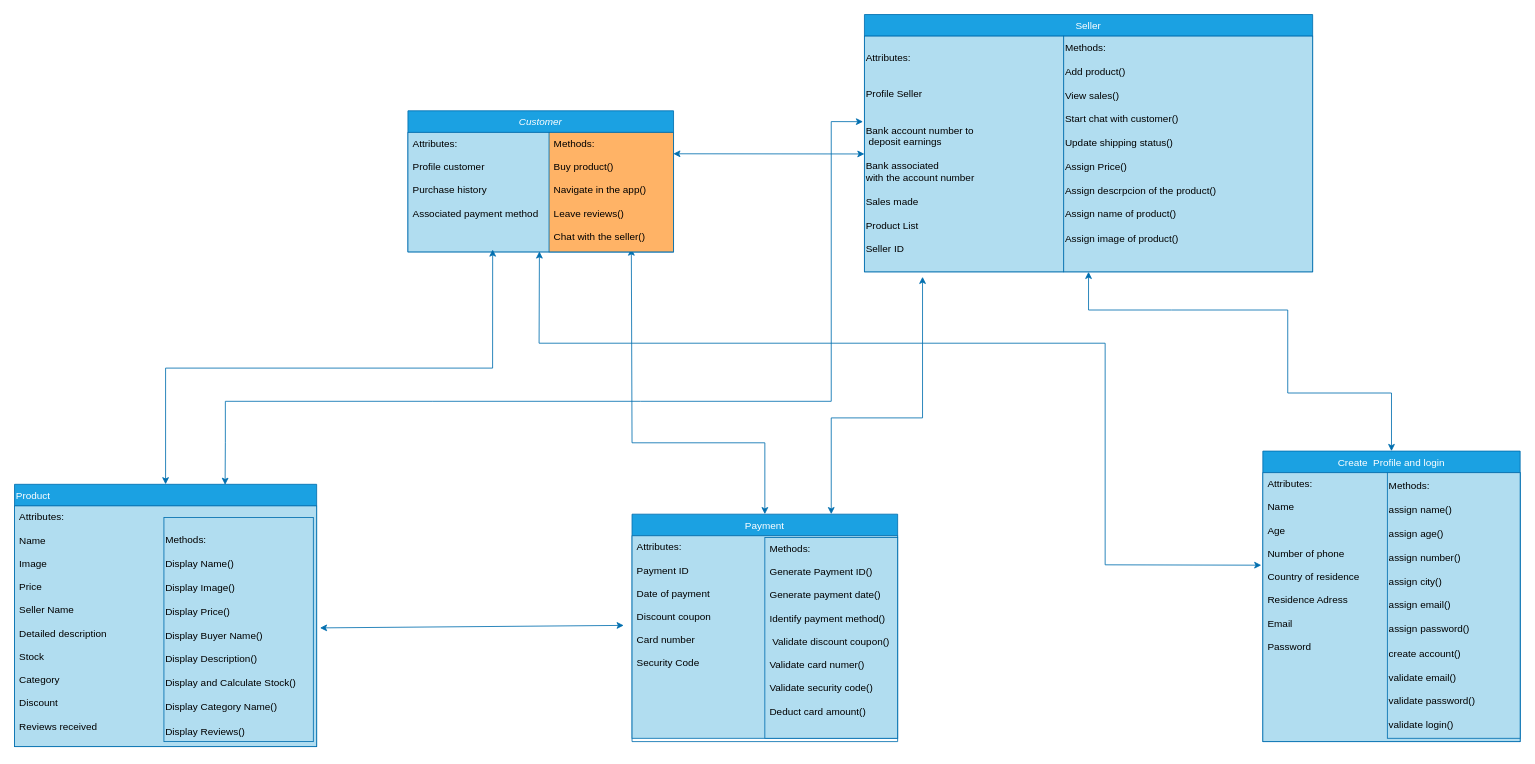
Earlier version of the draw.io diagram Workshop-2/Diagrama sin título.drawio (Jefferson3108/Proyect-POO). Source tidied: cells renumbered, new cells numbered last; positions are measured from the earlier drawing's top-left corner, leaving out a move shared by most shapes. Both pictures are drawn from the tidied source at 83%, with x=0, y=0 at pixel (14, 14).
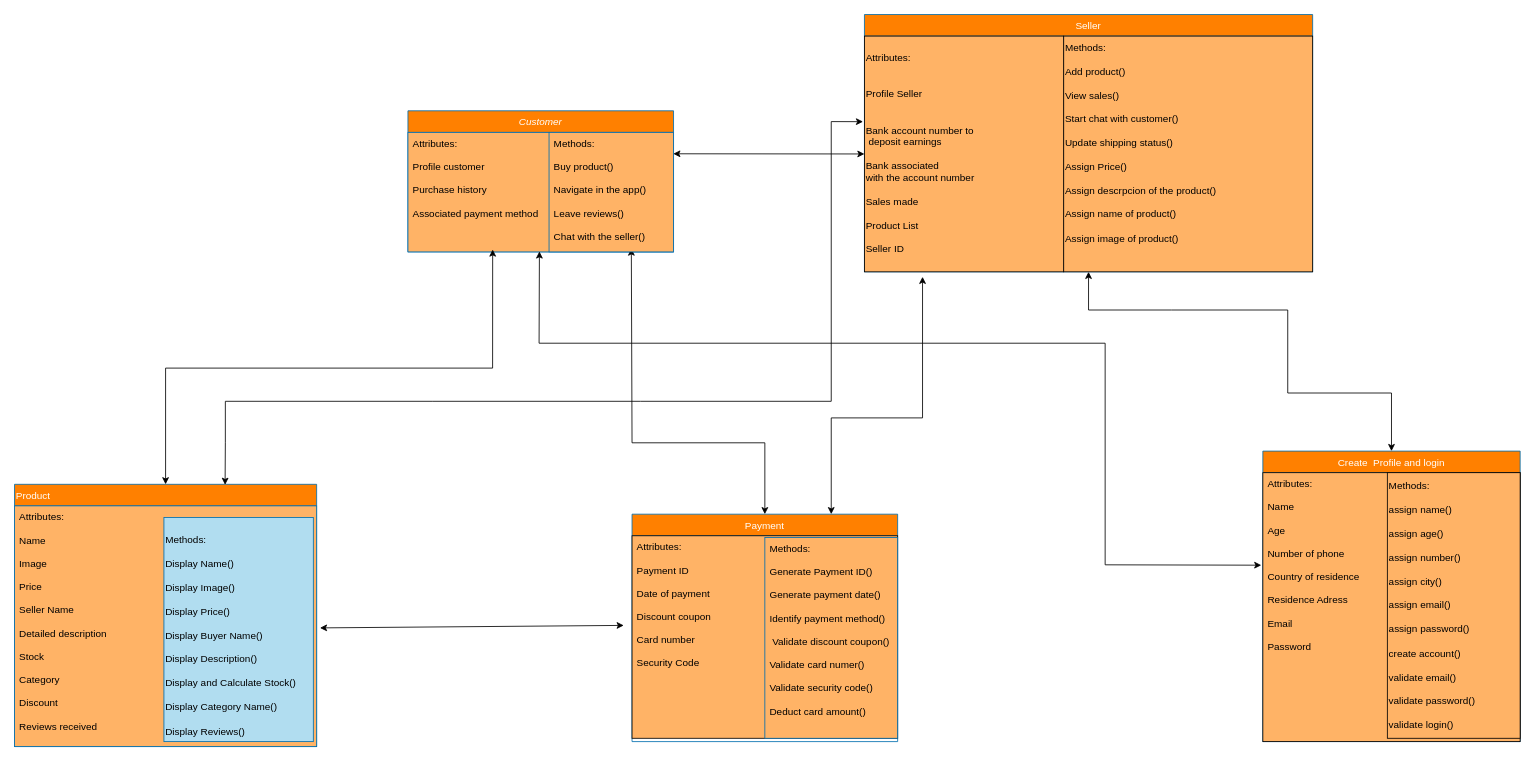
Above is the later version.

Change to the diagram source:
```diff
@@
-    <mxCell id="2" value="Customer" style="swimlane;fontStyle=2;align=center;verticalAlign=top;horizontal=1;startSize=26;rounded=0;shadow=0;strokeWidth=1;fillColor=light-dark(#1BA1E2,#FF8000);strokeColor=light-dark(#006EAF,#000000);fontColor=#ffffff;" parent="1" vertex="1">
+    <mxCell id="2" value="Customer" style="swimlane;fontStyle=2;align=center;verticalAlign=top;horizontal=1;startSize=26;rounded=0;shadow=0;strokeWidth=1;fillColor=light-dark(#FF8000,#FF8000);strokeColor=light-dark(#006EAF,#000000);fontColor=#ffffff;" parent="1" vertex="1">
       <mxGeometry x="474" y="116" width="320" height="170" as="geometry" />
     </mxCell>
-    <mxCell id="3" value="Attributes:&#10;&#10;Profile customer&#10;&#10;Purchase history&#10;&#10;Associated payment method&#10;&#10;&#10;&#10;&#10;" style="text;align=left;verticalAlign=top;spacingLeft=4;spacingRight=4;overflow=hidden;points=[[0,0.5],[1,0.5]];portConstraint=eastwest;fillColor=light-dark(#B1DDF0,#FFB366);strokeColor=light-dark(#006EAF,#000000);" parent="2" vertex="1">
+    <mxCell id="3" value="Attributes:&#10;&#10;Profile customer&#10;&#10;Purchase history&#10;&#10;Associated payment method&#10;&#10;&#10;&#10;&#10;" style="text;align=left;verticalAlign=top;spacingLeft=4;spacingRight=4;overflow=hidden;points=[[0,0.5],[1,0.5]];portConstraint=eastwest;fillColor=light-dark(#FFB366,#FFB366);strokeColor=light-dark(#006EAF,#000000);" parent="2" vertex="1">
       <mxGeometry y="26" width="320" height="144" as="geometry" />
     </mxCell>
-    <mxCell id="4" value="Product" style="swimlane;fontStyle=0;align=left;verticalAlign=top;horizontal=1;startSize=26;rounded=0;shadow=0;strokeWidth=1;fillColor=light-dark(#1BA1E2,#FF8000);fontColor=#ffffff;strokeColor=light-dark(#006EAF,#000000);" parent="1" vertex="1">
+    <mxCell id="4" value="Product" style="swimlane;fontStyle=0;align=left;verticalAlign=top;horizontal=1;startSize=26;rounded=0;shadow=0;strokeWidth=1;fillColor=light-dark(#FF8000,#FF8000);fontColor=#ffffff;strokeColor=light-dark(#006EAF,#000000);" parent="1" vertex="1">
       <mxGeometry y="566" width="364" height="316" as="geometry" />
     </mxCell>
-    <mxCell id="5" value="Attributes:&#10;&#10;Name&#10;&#10;Image&#10;&#10;Price&#10;&#10;Seller Name&#10;&#10;Detailed description&#10;&#10;Stock &#10;&#10;Category&#10;&#10;Discount&#10;&#10;Reviews received&#10;&#10;&#10;&#10;&#10;" style="text;align=left;verticalAlign=top;spacingLeft=4;spacingRight=4;overflow=hidden;fillColor=light-dark(#B1DDF0,#FFB366);strokeColor=light-dark(#006EAF,#000000);" parent="4" vertex="1">
+    <mxCell id="5" value="Attributes:&#10;&#10;Name&#10;&#10;Image&#10;&#10;Price&#10;&#10;Seller Name&#10;&#10;Detailed description&#10;&#10;Stock &#10;&#10;Category&#10;&#10;Discount&#10;&#10;Reviews received&#10;&#10;&#10;&#10;&#10;" style="text;align=left;verticalAlign=top;spacingLeft=4;spacingRight=4;overflow=hidden;fillColor=light-dark(#FFB366,#FFB366);strokeColor=light-dark(#006EAF,#000000);" parent="4" vertex="1">
       <mxGeometry y="26" width="364" height="290" as="geometry" />
     </mxCell>
-    <mxCell id="6" value="Payment" style="swimlane;fontStyle=0;align=center;verticalAlign=top;horizontal=1;startSize=26;rounded=0;shadow=0;strokeWidth=1;fillColor=light-dark(#1BA1E2,#FF8000);fontColor=#ffffff;strokeColor=light-dark(#006EAF,#000000);" parent="1" vertex="1">
+    <mxCell id="6" value="Payment" style="swimlane;fontStyle=0;align=center;verticalAlign=top;horizontal=1;startSize=26;rounded=0;shadow=0;strokeWidth=1;fillColor=light-dark(#FF8000,#FF8000);fontColor=#ffffff;strokeColor=light-dark(#006EAF,#000000);" parent="1" vertex="1">
       <mxGeometry x="744" y="602" width="320" height="274" as="geometry" />
     </mxCell>
-    <mxCell id="7" value="Attributes:&#10;&#10;Payment ID &#10;&#10;Date of payment&#10;&#10;Discount coupon&#10;&#10;Card number&#10;&#10;Security Code" style="text;align=left;verticalAlign=top;spacingLeft=4;spacingRight=4;overflow=hidden;fillColor=light-dark(#B1DDF0,#FFB366);strokeColor=light-dark(#006EAF,#000000);" parent="6" vertex="1">
+    <mxCell id="7" value="Attributes:&#10;&#10;Payment ID &#10;&#10;Date of payment&#10;&#10;Discount coupon&#10;&#10;Card number&#10;&#10;Security Code" style="text;align=left;verticalAlign=top;spacingLeft=4;spacingRight=4;overflow=hidden;fillColor=light-dark(#FFB366,#FFB366);strokeColor=light-dark(#000000,#000000);" parent="6" vertex="1">
       <mxGeometry y="26" width="320" height="244" as="geometry" />
     </mxCell>
-    <mxCell id="8" value="Seller" style="swimlane;fontStyle=0;align=center;verticalAlign=top;horizontal=1;startSize=26;rounded=0;shadow=0;strokeWidth=1;fillColor=light-dark(#1BA1E2,#FF8000);strokeColor=light-dark(#006EAF,#000000);fontColor=#ffffff;" parent="1" vertex="1">
+    <mxCell id="8" value="Seller" style="swimlane;fontStyle=0;align=center;verticalAlign=top;horizontal=1;startSize=26;rounded=0;shadow=0;strokeWidth=1;fillColor=light-dark(#FF8000,#FF8000);strokeColor=light-dark(#006EAF,#000000);fontColor=#ffffff;" parent="1" vertex="1">
       <mxGeometry x="1024" width="540" height="310" as="geometry" />
     </mxCell>
-    <mxCell id="9" style="endArrow=classic;startArrow=classic;html=1;rounded=0;entryX=0.319;entryY=0.98;entryDx=0;entryDy=0;strokeColor=light-dark(#006EAF,#000000);exitX=0.5;exitY=0;exitDx=0;exitDy=0;entryPerimeter=0;" parent="1" edge="1" source="4" target="3">
+    <mxCell id="9" style="endArrow=classic;startArrow=classic;html=1;rounded=0;entryX=0.319;entryY=0.98;entryDx=0;entryDy=0;strokeColor=light-dark(#000000,#000000);exitX=0.5;exitY=0;exitDx=0;exitDy=0;entryPerimeter=0;fontColor=light-dark(#000000,#000000);" parent="1" edge="1" source="4" target="3">
       <mxGeometry relative="1" as="geometry">
         <Array as="points">
           <mxPoint x="182" y="426" />
           <mxPoint x="576" y="426" />
         </Array>
       </mxGeometry>
     </mxCell>
-    <mxCell id="10" style="endArrow=classic;startArrow=classic;html=1;rounded=0;exitX=0.998;exitY=0.179;exitDx=0;exitDy=0;exitPerimeter=0;strokeColor=light-dark(#006EAF,#000000);entryX=0;entryY=0.5;entryDx=0;entryDy=0;" parent="1" edge="1" source="23" target="25">
+    <mxCell id="10" style="endArrow=classic;startArrow=classic;html=1;rounded=0;exitX=0.998;exitY=0.179;exitDx=0;exitDy=0;exitPerimeter=0;strokeColor=light-dark(#000000,#000000);entryX=0;entryY=0.5;entryDx=0;entryDy=0;" parent="1" edge="1" source="23" target="25">
       <mxGeometry relative="1" as="geometry" />
     </mxCell>
-    <mxCell id="11" style="endArrow=classic;startArrow=classic;html=1;rounded=0;entryX=-0.006;entryY=0.344;entryDx=0;entryDy=0;entryPerimeter=0;strokeColor=light-dark(#006EAF,#000000);exitX=0.495;exitY=0.996;exitDx=0;exitDy=0;exitPerimeter=0;" parent="1" edge="1" source="3" target="16">
+    <mxCell id="11" style="endArrow=classic;startArrow=classic;html=1;rounded=0;entryX=-0.006;entryY=0.344;entryDx=0;entryDy=0;entryPerimeter=0;strokeColor=light-dark(#000000,#000000);exitX=0.495;exitY=0.996;exitDx=0;exitDy=0;exitPerimeter=0;fontColor=light-dark(#000000,#000000);curved=0;" parent="1" edge="1" source="3" target="16">
       <mxGeometry relative="1" as="geometry">
         <Array as="points">
           <mxPoint x="632" y="396" />
           <mxPoint x="1314" y="396" />
           <mxPoint x="1314" y="663" />
         </Array>
       </mxGeometry>
     </mxCell>
-    <mxCell id="12" style="endArrow=classic;startArrow=classic;html=1;rounded=0;exitX=0.5;exitY=0;exitDx=0;exitDy=0;entryX=0.661;entryY=0.972;entryDx=0;entryDy=0;entryPerimeter=0;strokeColor=light-dark(#006EAF,#000000);" parent="1" edge="1" source="6" target="23">
+    <mxCell id="12" style="endArrow=classic;startArrow=classic;html=1;rounded=0;exitX=0.5;exitY=0;exitDx=0;exitDy=0;entryX=0.661;entryY=0.972;entryDx=0;entryDy=0;entryPerimeter=0;strokeColor=light-dark(#000000,#000000);" parent="1" edge="1" source="6" target="23">
       <mxGeometry relative="1" as="geometry">
         <Array as="points">
           <mxPoint x="904" y="516" />
           <mxPoint x="744" y="516" />
         </Array>
       </mxGeometry>
     </mxCell>
-    <mxCell id="13" style="endArrow=classic;startArrow=classic;html=1;rounded=0;entryX=-0.007;entryY=0.363;entryDx=0;entryDy=0;entryPerimeter=0;strokeColor=light-dark(#006EAF,#000000);exitX=0.697;exitY=0.002;exitDx=0;exitDy=0;exitPerimeter=0;" parent="1" edge="1" source="4" target="25">
+    <mxCell id="13" style="endArrow=classic;startArrow=classic;html=1;rounded=0;entryX=-0.007;entryY=0.363;entryDx=0;entryDy=0;entryPerimeter=0;strokeColor=light-dark(#000000,#000000);exitX=0.697;exitY=0.002;exitDx=0;exitDy=0;exitPerimeter=0;" parent="1" edge="1" source="4" target="25">
       <mxGeometry relative="1" as="geometry">
         <Array as="points">
           <mxPoint x="254" y="516" />
           <mxPoint x="254" y="466" />
           <mxPoint x="504" y="466" />
           <mxPoint x="754" y="466" />
           <mxPoint x="984" y="466" />
           <mxPoint x="984" y="168" />
           <mxPoint x="984" y="129" />
         </Array>
       </mxGeometry>
     </mxCell>
-    <mxCell id="14" style="endArrow=classic;startArrow=classic;html=1;rounded=0;strokeColor=light-dark(#006EAF,#000000);" parent="1" edge="1">
+    <mxCell id="14" style="endArrow=classic;startArrow=classic;html=1;rounded=0;strokeColor=light-dark(#000000,#000000);" parent="1" edge="1">
       <mxGeometry relative="1" as="geometry">
         <mxPoint x="368" y="739" as="sourcePoint" />
         <mxPoint x="734" y="736" as="targetPoint" />
       </mxGeometry>
     </mxCell>
-    <mxCell id="15" value="Create  Profile and login" style="swimlane;fontStyle=0;align=center;verticalAlign=top;horizontal=1;startSize=26;rounded=0;shadow=0;strokeWidth=1;fillColor=light-dark(#1BA1E2,#FF8000);fontColor=#ffffff;strokeColor=light-dark(#006EAF,#000000);" parent="1" vertex="1">
+    <mxCell id="15" value="Create  Profile and login" style="swimlane;fontStyle=0;align=center;verticalAlign=top;horizontal=1;startSize=26;rounded=0;shadow=0;strokeWidth=1;fillColor=light-dark(#FF8000,#FF8000);fontColor=#ffffff;strokeColor=light-dark(#006EAF,#000000);" parent="1" vertex="1">
       <mxGeometry x="1504" y="526" width="310" height="350" as="geometry" />
     </mxCell>
-    <mxCell id="16" value="Attributes:&#10;&#10;Name&#10;&#10;Age&#10;&#10;Number of phone&#10;&#10;Country of residence&#10;&#10;Residence Adress&#10;&#10;Email&#10;&#10;Password&#10;" style="text;align=left;verticalAlign=top;spacingLeft=4;spacingRight=4;overflow=hidden;points=[[0,0.5],[1,0.5]];portConstraint=eastwest;fillColor=light-dark(#B1DDF0,#FFB366);strokeColor=light-dark(#006EAF,#000000);" parent="15" vertex="1">
+    <mxCell id="16" value="Attributes:&#10;&#10;Name&#10;&#10;Age&#10;&#10;Number of phone&#10;&#10;Country of residence&#10;&#10;Residence Adress&#10;&#10;Email&#10;&#10;Password&#10;" style="text;align=left;verticalAlign=top;spacingLeft=4;spacingRight=4;overflow=hidden;points=[[0,0.5],[1,0.5]];portConstraint=eastwest;fillColor=light-dark(#FFB366,#FFB366);strokeColor=light-dark(#000000,#000000);" parent="15" vertex="1">
       <mxGeometry y="26" width="310" height="324" as="geometry" />
     </mxCell>
-    <mxCell id="17" style="endArrow=classic;startArrow=classic;html=1;rounded=0;entryX=0.5;entryY=1;entryDx=0;entryDy=0;exitX=0.5;exitY=0;exitDx=0;exitDy=0;strokeColor=light-dark(#006EAF,#000000);" parent="1" edge="1" source="15" target="8">
+    <mxCell id="17" style="endArrow=classic;startArrow=classic;html=1;rounded=0;entryX=0.5;entryY=1;entryDx=0;entryDy=0;exitX=0.5;exitY=0;exitDx=0;exitDy=0;strokeColor=light-dark(#000000,#000000);" parent="1" edge="1" source="15" target="8">
       <mxGeometry relative="1" as="geometry">
         <Array as="points">
           <mxPoint x="1659" y="456" />
           <mxPoint x="1534" y="456" />
           <mxPoint x="1534" y="356" />
           <mxPoint x="1394" y="356" />
           <mxPoint x="1294" y="356" />
         </Array>
       </mxGeometry>
     </mxCell>
@@
-    <mxCell id="19" value="&lt;div&gt;Methods:&lt;/div&gt;&lt;div&gt;&lt;br&gt;&lt;/div&gt;Add product()&amp;nbsp;&lt;div&gt;&lt;br&gt;View sales()&lt;/div&gt;&lt;div&gt;&lt;br&gt;Start chat with customer()&lt;/div&gt;&lt;div&gt;&lt;br&gt;&lt;/div&gt;&lt;div&gt;&lt;span style=&quot;background-color: transparent; color: light-dark(rgb(0, 0, 0), rgb(255, 255, 255));&quot;&gt;Update shipping status()&lt;/span&gt;&lt;/div&gt;&lt;div&gt;&lt;span style=&quot;background-color: transparent; color: light-dark(rgb(0, 0, 0), rgb(255, 255, 255));&quot;&gt;&lt;br&gt;&lt;/span&gt;&lt;/div&gt;&lt;div&gt;&lt;span style=&quot;background-color: transparent; color: light-dark(rgb(0, 0, 0), rgb(255, 255, 255));&quot;&gt;Assign Price()&amp;nbsp;&lt;/span&gt;&lt;/div&gt;&lt;div&gt;&lt;br&gt;&lt;/div&gt;&lt;div&gt;Assign descrpcion of the product()&lt;/div&gt;&lt;div&gt;&lt;br&gt;&lt;/div&gt;&lt;div&gt;Assign name of product()&lt;/div&gt;&lt;div&gt;&lt;br&gt;&lt;/div&gt;&lt;div&gt;Assign image of product()&lt;/div&gt;&lt;div&gt;&lt;span style=&quot;background-color: transparent; color: light-dark(rgb(0, 0, 0), rgb(255, 255, 255));&quot;&gt;&lt;br&gt;&lt;/span&gt;&lt;/div&gt;" style="text;whiteSpace=wrap;html=1;fillColor=light-dark(#B1DDF0,#FFB366);strokeColor=light-dark(#006EAF,#000000);" parent="1" vertex="1">
+    <mxCell id="19" value="&lt;div&gt;Methods:&lt;/div&gt;&lt;div&gt;&lt;br&gt;&lt;/div&gt;Add product()&amp;nbsp;&lt;div&gt;&lt;br&gt;View sales()&lt;/div&gt;&lt;div&gt;&lt;br&gt;Start chat with customer()&lt;/div&gt;&lt;div&gt;&lt;br&gt;&lt;/div&gt;&lt;div&gt;&lt;span style=&quot;background-color: transparent; color: light-dark(rgb(0, 0, 0), rgb(255, 255, 255));&quot;&gt;Update shipping status()&lt;/span&gt;&lt;/div&gt;&lt;div&gt;&lt;span style=&quot;background-color: transparent; color: light-dark(rgb(0, 0, 0), rgb(255, 255, 255));&quot;&gt;&lt;br&gt;&lt;/span&gt;&lt;/div&gt;&lt;div&gt;&lt;span style=&quot;background-color: transparent; color: light-dark(rgb(0, 0, 0), rgb(255, 255, 255));&quot;&gt;Assign Price()&amp;nbsp;&lt;/span&gt;&lt;/div&gt;&lt;div&gt;&lt;br&gt;&lt;/div&gt;&lt;div&gt;Assign descrpcion of the product()&lt;/div&gt;&lt;div&gt;&lt;br&gt;&lt;/div&gt;&lt;div&gt;Assign name of product()&lt;/div&gt;&lt;div&gt;&lt;br&gt;&lt;/div&gt;&lt;div&gt;Assign image of product()&lt;/div&gt;&lt;div&gt;&lt;span style=&quot;background-color: transparent; color: light-dark(rgb(0, 0, 0), rgb(255, 255, 255));&quot;&gt;&lt;br&gt;&lt;/span&gt;&lt;/div&gt;" style="text;whiteSpace=wrap;html=1;fillColor=light-dark(#FFB366,#FFB366);strokeColor=light-dark(#000000,#000000);" parent="1" vertex="1">
       <mxGeometry x="1264" y="26" width="300" height="284" as="geometry" />
     </mxCell>
-    <mxCell id="20" value="Methods:&lt;div&gt;&lt;br&gt;&lt;/div&gt;&lt;div&gt;&lt;div&gt;assign name()&lt;/div&gt;&lt;div&gt;&lt;br&gt;&lt;/div&gt;&lt;div&gt;assign age()&lt;/div&gt;&lt;div&gt;&lt;br&gt;&lt;/div&gt;&lt;div&gt;assign number()&lt;/div&gt;&lt;div&gt;&lt;br&gt;&lt;/div&gt;&lt;div&gt;assign city()&lt;/div&gt;&lt;div&gt;&lt;br&gt;&lt;/div&gt;&lt;div&gt;assign email()&lt;/div&gt;&lt;div&gt;&lt;br&gt;&lt;/div&gt;&lt;div&gt;assign password()&lt;/div&gt;&lt;div&gt;&lt;br&gt;&lt;/div&gt;&lt;div&gt;create account()&lt;/div&gt;&lt;div&gt;&lt;br&gt;&lt;/div&gt;&lt;div&gt;validate email()&lt;/div&gt;&lt;div&gt;&lt;br&gt;&lt;/div&gt;&lt;div&gt;validate password()&lt;/div&gt;&lt;div&gt;&lt;br&gt;&lt;/div&gt;&lt;div&gt;validate login()&lt;/div&gt;&lt;/div&gt;" style="text;html=1;align=left;verticalAlign=middle;strokeColor=light-dark(#006EAF,#000000);fillColor=light-dark(#B1DDF0,#FFB366);fillStyle=solid;" parent="1" vertex="1">
+    <mxCell id="20" value="Methods:&lt;div&gt;&lt;br&gt;&lt;/div&gt;&lt;div&gt;&lt;div&gt;assign name()&lt;/div&gt;&lt;div&gt;&lt;br&gt;&lt;/div&gt;&lt;div&gt;assign age()&lt;/div&gt;&lt;div&gt;&lt;br&gt;&lt;/div&gt;&lt;div&gt;assign number()&lt;/div&gt;&lt;div&gt;&lt;br&gt;&lt;/div&gt;&lt;div&gt;assign city()&lt;/div&gt;&lt;div&gt;&lt;br&gt;&lt;/div&gt;&lt;div&gt;assign email()&lt;/div&gt;&lt;div&gt;&lt;br&gt;&lt;/div&gt;&lt;div&gt;assign password()&lt;/div&gt;&lt;div&gt;&lt;br&gt;&lt;/div&gt;&lt;div&gt;create account()&lt;/div&gt;&lt;div&gt;&lt;br&gt;&lt;/div&gt;&lt;div&gt;validate email()&lt;/div&gt;&lt;div&gt;&lt;br&gt;&lt;/div&gt;&lt;div&gt;validate password()&lt;/div&gt;&lt;div&gt;&lt;br&gt;&lt;/div&gt;&lt;div&gt;validate login()&lt;/div&gt;&lt;/div&gt;" style="text;html=1;align=left;verticalAlign=middle;strokeColor=light-dark(#000000,#000000);fillColor=light-dark(#FFB366,#FFB366);fillStyle=solid;" parent="1" vertex="1">
       <mxGeometry x="1654" y="552" width="160" height="320" as="geometry" />
     </mxCell>
@@
-    <mxCell id="22" value="Methods:&#10;&#10;Generate Payment ID() &#10;&#10;Generate payment date()&#10;&#10;Identify payment method()&#10;&#10; Validate discount coupon()&#10;&#10;Validate card numer()&#10;&#10;Validate security code()&#10;&#10;Deduct card amount()" style="text;align=left;verticalAlign=top;spacingLeft=4;spacingRight=4;overflow=hidden;fillColor=light-dark(#B1DDF0,#FFB366);strokeColor=light-dark(#006EAF,#000000);" parent="1" vertex="1">
+    <mxCell id="22" value="Methods:&#10;&#10;Generate Payment ID() &#10;&#10;Generate payment date()&#10;&#10;Identify payment method()&#10;&#10; Validate discount coupon()&#10;&#10;Validate card numer()&#10;&#10;Validate security code()&#10;&#10;Deduct card amount()" style="text;align=left;verticalAlign=top;spacingLeft=4;spacingRight=4;overflow=hidden;fillColor=light-dark(#FFB366,#FFB366);strokeColor=light-dark(#006EAF,#000000);" parent="1" vertex="1">
       <mxGeometry x="904" y="630" width="160" height="242" as="geometry" />
     </mxCell>
-    <mxCell id="23" value="Methods:&#10;&#10;Buy product()&#10;&#10;Navigate in the app()&#10;&#10;Leave reviews()&#10;&#10;Chat with the seller()&#10;&#10;" style="text;align=left;verticalAlign=top;spacingLeft=4;spacingRight=4;overflow=hidden;points=[[0,0.5],[1,0.5]];portConstraint=eastwest;fillColor=light-dark(#FFB366,#FFB366);strokeColor=light-dark(#006EAF,#000000);" parent="1" vertex="1">
+    <mxCell id="23" value="Methods:&#10;&#10;Buy product()&#10;&#10;Navigate in the app()&#10;&#10;Leave reviews()&#10;&#10;Chat with the seller()&#10;&#10;" style="text;align=left;verticalAlign=top;spacingLeft=4;spacingRight=4;overflow=hidden;points=[[0,0.5],[1,0.5]];portConstraint=eastwest;fillColor=light-dark(#FFB366,#FFB366);strokeColor=light-dark(#006EAF,#000000);fontColor=light-dark(#000000,#000000);" parent="1" vertex="1">
       <mxGeometry x="644" y="142" width="150" height="144" as="geometry" />
     </mxCell>
@@
-    <mxCell id="25" value="Attributes:&lt;div&gt;&lt;br&gt;&lt;/div&gt;&lt;div&gt;&lt;br&gt;&lt;/div&gt;&lt;div&gt;Profile Seller&lt;/div&gt;&lt;div&gt;&lt;br&gt;&lt;/div&gt;&lt;div&gt;&lt;br&gt;&lt;/div&gt;&lt;div&gt;&lt;span style=&quot;text-wrap-mode: nowrap;&quot;&gt;Bank account number to&lt;/span&gt;&lt;br style=&quot;padding: 0px; margin: 0px; text-wrap-mode: nowrap;&quot;&gt;&lt;span style=&quot;text-wrap-mode: nowrap;&quot;&gt;&amp;nbsp;deposit earnings&lt;/span&gt;&lt;/div&gt;&lt;div&gt;&lt;br&gt;&lt;/div&gt;&lt;div&gt;&lt;span style=&quot;text-wrap-mode: nowrap;&quot;&gt;Bank associated&amp;nbsp;&lt;/span&gt;&lt;br style=&quot;padding: 0px; margin: 0px; text-wrap-mode: nowrap;&quot;&gt;&lt;span style=&quot;text-wrap-mode: nowrap;&quot;&gt;with the account number&lt;/span&gt;&lt;/div&gt;&lt;div&gt;&lt;span style=&quot;text-wrap-mode: nowrap;&quot;&gt;&lt;br&gt;&lt;/span&gt;&lt;/div&gt;&lt;div&gt;Sales made&lt;span style=&quot;text-wrap-mode: nowrap;&quot;&gt;&lt;/span&gt;&lt;/div&gt;&lt;div&gt;&lt;br&gt;&lt;/div&gt;&lt;div&gt;&lt;span style=&quot;text-wrap-mode: nowrap;&quot;&gt;Product List&lt;/span&gt;&lt;/div&gt;&lt;div&gt;&lt;span style=&quot;text-wrap-mode: nowrap;&quot;&gt;&lt;br&gt;&lt;/span&gt;&lt;/div&gt;&lt;div&gt;&lt;span style=&quot;text-wrap-mode: nowrap;&quot;&gt;Seller ID&lt;/span&gt;&lt;/div&gt;" style="text;html=1;align=left;verticalAlign=middle;whiteSpace=wrap;rounded=0;fillColor=light-dark(#B1DDF0,#FFB366);strokeColor=light-dark(#006EAF,#000000);" parent="1" vertex="1">
+    <mxCell id="25" value="Attributes:&lt;div&gt;&lt;br&gt;&lt;/div&gt;&lt;div&gt;&lt;br&gt;&lt;/div&gt;&lt;div&gt;Profile Seller&lt;/div&gt;&lt;div&gt;&lt;br&gt;&lt;/div&gt;&lt;div&gt;&lt;br&gt;&lt;/div&gt;&lt;div&gt;&lt;span style=&quot;text-wrap-mode: nowrap;&quot;&gt;Bank account number to&lt;/span&gt;&lt;br style=&quot;padding: 0px; margin: 0px; text-wrap-mode: nowrap;&quot;&gt;&lt;span style=&quot;text-wrap-mode: nowrap;&quot;&gt;&amp;nbsp;deposit earnings&lt;/span&gt;&lt;/div&gt;&lt;div&gt;&lt;br&gt;&lt;/div&gt;&lt;div&gt;&lt;span style=&quot;text-wrap-mode: nowrap;&quot;&gt;Bank associated&amp;nbsp;&lt;/span&gt;&lt;br style=&quot;padding: 0px; margin: 0px; text-wrap-mode: nowrap;&quot;&gt;&lt;span style=&quot;text-wrap-mode: nowrap;&quot;&gt;with the account number&lt;/span&gt;&lt;/div&gt;&lt;div&gt;&lt;span style=&quot;text-wrap-mode: nowrap;&quot;&gt;&lt;br&gt;&lt;/span&gt;&lt;/div&gt;&lt;div&gt;Sales made&lt;span style=&quot;text-wrap-mode: nowrap;&quot;&gt;&lt;/span&gt;&lt;/div&gt;&lt;div&gt;&lt;br&gt;&lt;/div&gt;&lt;div&gt;&lt;span style=&quot;text-wrap-mode: nowrap;&quot;&gt;Product List&lt;/span&gt;&lt;/div&gt;&lt;div&gt;&lt;span style=&quot;text-wrap-mode: nowrap;&quot;&gt;&lt;br&gt;&lt;/span&gt;&lt;/div&gt;&lt;div&gt;&lt;span style=&quot;text-wrap-mode: nowrap;&quot;&gt;Seller ID&lt;/span&gt;&lt;/div&gt;" style="text;html=1;align=left;verticalAlign=middle;whiteSpace=wrap;rounded=0;fillColor=light-dark(#FFB366,#FFB366);strokeColor=light-dark(#000000,#000000);" parent="1" vertex="1">
       <mxGeometry x="1024" y="26" width="240" height="284" as="geometry" />
     </mxCell>
-    <mxCell id="26" style="endArrow=classic;startArrow=classic;html=1;rounded=0;exitX=0.75;exitY=0;exitDx=0;exitDy=0;strokeColor=light-dark(#006EAF,#000000);" parent="1" edge="1" source="6">
+    <mxCell id="26" style="endArrow=classic;startArrow=classic;html=1;rounded=0;exitX=0.75;exitY=0;exitDx=0;exitDy=0;strokeColor=light-dark(#000000,#000000);curved=0;" parent="1" edge="1" source="6">
       <mxGeometry relative="1" as="geometry">
         <mxPoint x="1094" y="316" as="targetPoint" />
         <Array as="points">
           <mxPoint x="984" y="486" />
           <mxPoint x="1094" y="486" />
         </Array>
       </mxGeometry>
     </mxCell>
```
